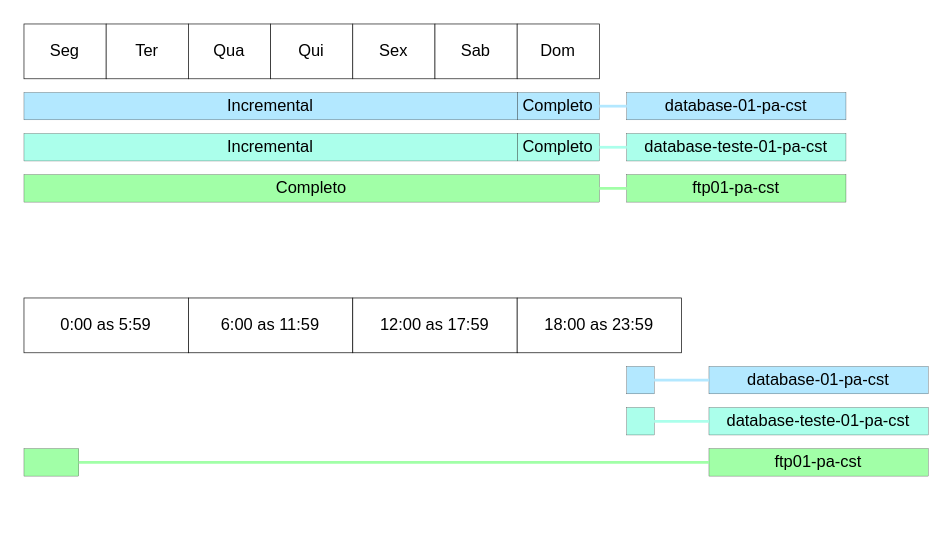
Before: diagrams/urbackup.drawio in joao-prs/topologia, a draw.io diagram. Source tidied: cells renumbered, new cells numbered last; positions are measured from the earlier drawing's top-left corner, leaving out a move shared by most shapes. Both pictures are drawn from the tidied source at 137%, with x=0, y=0 at pixel (23, 23).
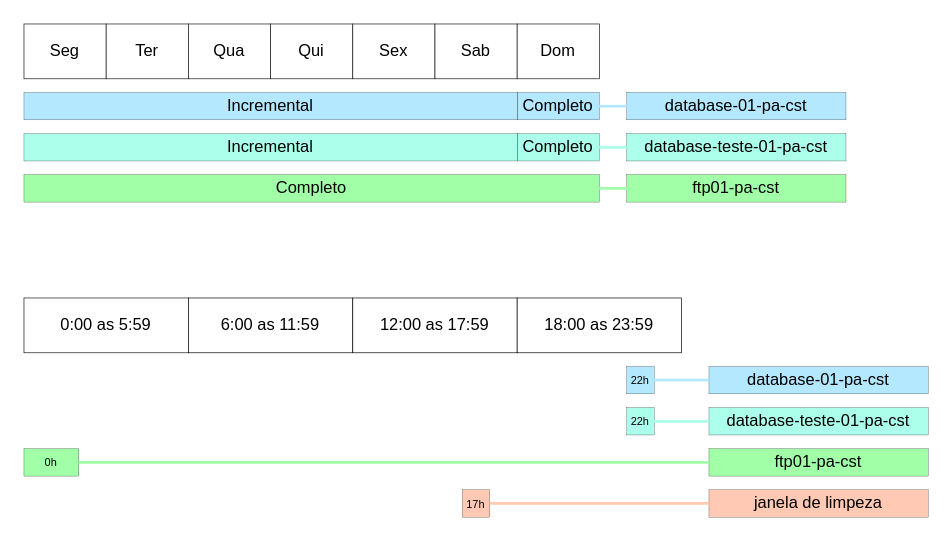
The same diagram, later.

Diff of the diagram source:
```diff
@@
-    <mxCell id="6" style="rounded=0;whiteSpace=wrap;html=1;strokeColor=#141414;strokeWidth=0.2;fillColor=#B3E8FF;" parent="1" vertex="1">
+    <mxCell id="6" value="&lt;font style=&quot;font-size: 8px;&quot;&gt;22h&lt;/font&gt;" style="rounded=0;whiteSpace=wrap;html=1;strokeColor=#141414;strokeWidth=0.2;fillColor=#B3E8FF;fontSize=8;" parent="1" vertex="1">
       <mxGeometry x="440" y="250" width="20" height="20" as="geometry" />
     </mxCell>
@@
-    <mxCell id="8" style="rounded=0;whiteSpace=wrap;html=1;strokeColor=#141414;strokeWidth=0.2;fillColor=#ABFFEB;" parent="1" vertex="1">
+    <mxCell id="8" value="&lt;div&gt;22h&lt;/div&gt;" style="rounded=0;whiteSpace=wrap;html=1;strokeColor=#141414;strokeWidth=0.2;fillColor=#ABFFEB;fontSize=8;" parent="1" vertex="1">
       <mxGeometry x="440" y="280" width="20" height="20" as="geometry" />
     </mxCell>
@@
-    <mxCell id="10" style="rounded=0;whiteSpace=wrap;html=1;strokeColor=#141414;strokeWidth=0.2;fillColor=#A1FFA7;" parent="1" vertex="1">
+    <mxCell id="10" value="0h" style="rounded=0;whiteSpace=wrap;html=1;strokeColor=#141414;strokeWidth=0.2;fillColor=#A1FFA7;fontSize=8;" parent="1" vertex="1">
       <mxGeometry y="310" width="40" height="20" as="geometry" />
     </mxCell>
@@
+    <mxCell id="33" value="&lt;font style=&quot;font-size: 8px;&quot;&gt;17h&lt;/font&gt;" style="rounded=0;whiteSpace=wrap;html=1;strokeColor=#141414;strokeWidth=0.2;fillColor=#FFC9B3;" parent="1" vertex="1">
+      <mxGeometry x="320" y="340" width="20" height="20" as="geometry" />
+    </mxCell>
+    <mxCell id="34" value="janela de limpeza" style="rounded=0;whiteSpace=wrap;html=1;strokeColor=#141414;strokeWidth=0.2;fillColor=#FFC9B3;" parent="1" vertex="1">
+      <mxGeometry x="500" y="340" width="160" height="20" as="geometry" />
+    </mxCell>
+    <mxCell id="35" style="endArrow=none;html=1;rounded=0;strokeColor=#FFC9B3;entryX=0;entryY=0.5;entryDx=0;entryDy=0;strokeWidth=2;exitX=1;exitY=0.5;exitDx=0;exitDy=0;" parent="1" edge="1" source="33" target="34">
+      <mxGeometry relative="1" as="geometry" />
+    </mxCell>
```
